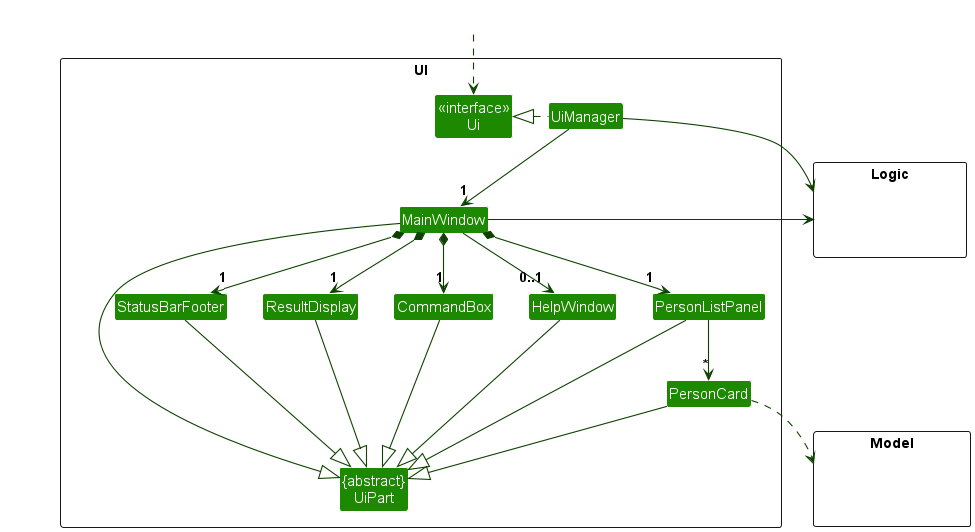
nus-cs2103-AY2324S2/tp keeps this PlantUML diagram as docs/images/UiClassDiagram.png. Above is the earlier version. The source it was exported from:
```plantuml
@startuml
!include style.puml
skinparam arrowThickness 1.1
skinparam arrowColor UI_COLOR_T4
skinparam classBackgroundColor UI_COLOR

package UI <<Rectangle>>{
Class "<<interface>>\nUi" as Ui
Class "{abstract}\nUiPart" as UiPart
Class UiManager
Class MainWindow
Class HelpWindow
Class ResultDisplay
Class PersonListPanel
Class PersonCard
Class StatusBarFooter
Class CommandBox
}

package Model <<Rectangle>> {
Class HiddenModel #FFFFFF
}

package Logic <<Rectangle>> {
Class HiddenLogic #FFFFFF
}

Class HiddenOutside #FFFFFF
HiddenOutside ..> Ui

UiManager .left.|> Ui
UiManager -down-> "1" MainWindow
MainWindow *-down->  "1" CommandBox
MainWindow *-down-> "1" ResultDisplay
MainWindow *-down-> "1" PersonListPanel
MainWindow *-down-> "1" StatusBarFooter
MainWindow --> "0..1" HelpWindow

PersonListPanel -down-> "*" PersonCard

MainWindow -left-|> UiPart

ResultDisplay --|> UiPart
CommandBox --|> UiPart
PersonListPanel --|> UiPart
PersonCard --|> UiPart
StatusBarFooter --|> UiPart
HelpWindow --|> UiPart

PersonCard ..> Model
UiManager -right-> Logic
MainWindow -left-> Logic

PersonListPanel -[hidden]left- HelpWindow
HelpWindow -[hidden]left- CommandBox
CommandBox -[hidden]left- ResultDisplay
ResultDisplay -[hidden]left- StatusBarFooter

MainWindow -[hidden]-|> UiPart
@enduml
```
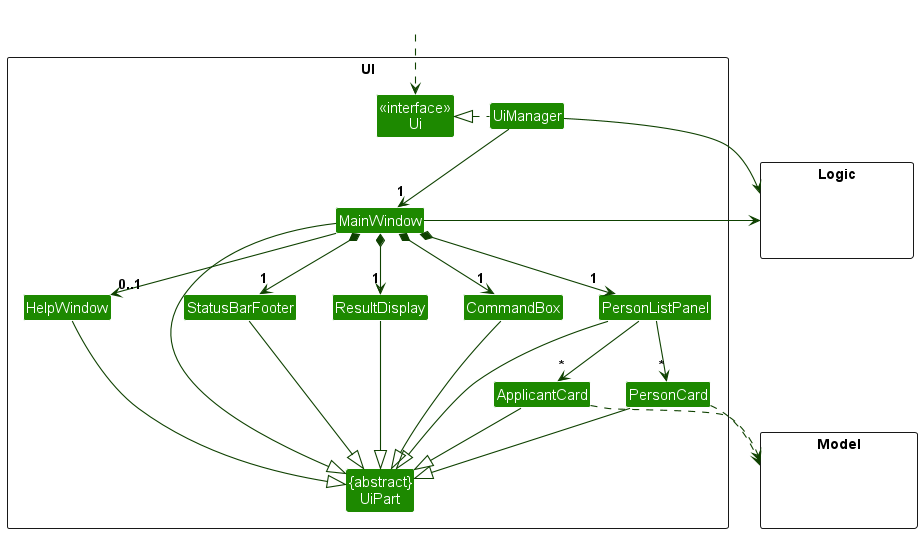
The same file after the commit.

Diff of the diagram source:
```diff
@@ -13,6 +13,7 @@
 Class ResultDisplay
 Class PersonListPanel
 Class PersonCard
+Class ApplicantCard
 Class StatusBarFooter
 Class CommandBox
 }
@@ -37,6 +38,7 @@
 MainWindow --> "0..1" HelpWindow
 
 PersonListPanel -down-> "*" PersonCard
+PersonListPanel -down-> "*" ApplicantCard
 
 MainWindow -left-|> UiPart
 
@@ -44,10 +46,12 @@
 CommandBox --|> UiPart
 PersonListPanel --|> UiPart
 PersonCard --|> UiPart
+ApplicantCard --|> UiPart
 StatusBarFooter --|> UiPart
 HelpWindow --|> UiPart
 
 PersonCard ..> Model
+ApplicantCard ..> Model
 UiManager -right-> Logic
 MainWindow -left-> Logic
 
```
